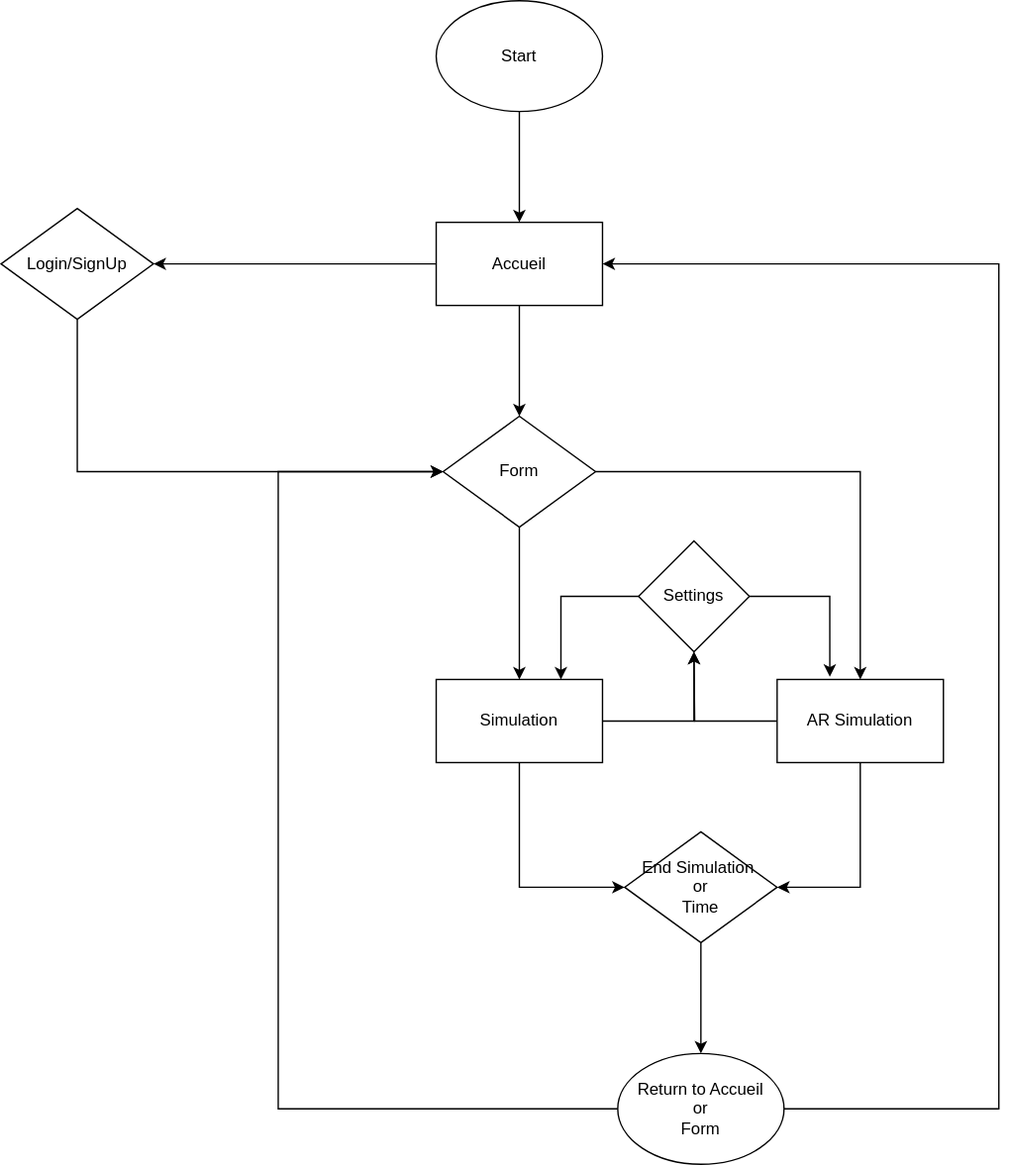
Before: UseFlowStage.drawio.svg, a diagram exported from draw.io (Ashura100/ProjetStage). Source tidied: cells renumbered, new cells last; positions are measured from the earlier drawing's top-left corner, leaving out a move shared by most shapes.
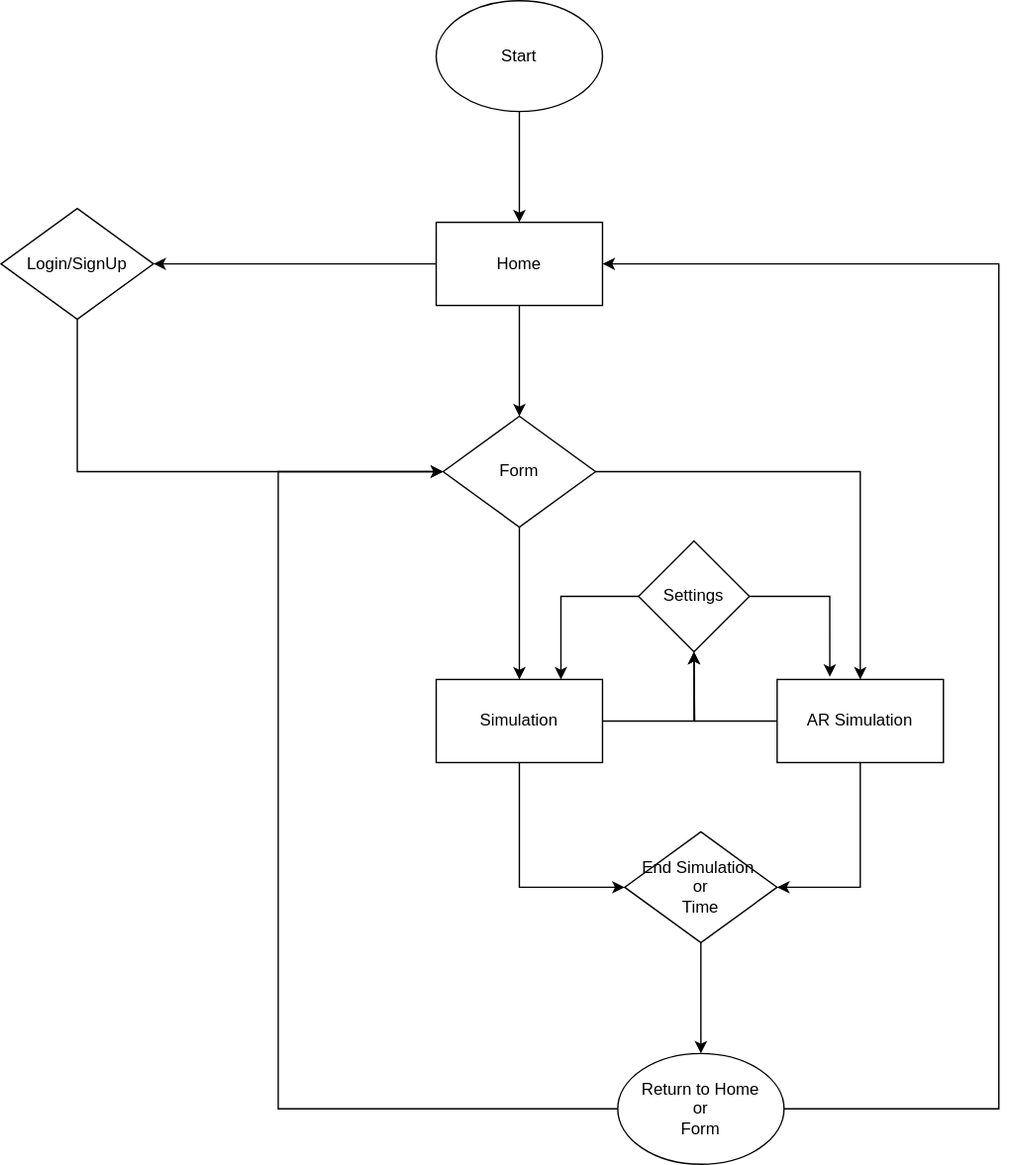
After the commit.

Commit message:
Mettre à jour UseFlowStage.drawio.svg

Change to the diagram source:
```diff
@@ -14,7 +14,7 @@
     <mxCell id="5" style="edgeStyle=orthogonalEdgeStyle;rounded=0;jettySize=auto;html=1;" parent="1" edge="1" source="6" target="11">
       <mxGeometry relative="1" as="geometry" />
     </mxCell>
-    <mxCell id="6" value="Accueil" style="rounded=0;whiteSpace=wrap;html=1;" parent="1" vertex="1">
+    <mxCell id="6" value="Home" style="rounded=0;whiteSpace=wrap;html=1;" parent="1" vertex="1">
       <mxGeometry x="314" y="160" width="120" height="60" as="geometry" />
     </mxCell>
     <mxCell id="7" style="edgeStyle=orthogonalEdgeStyle;rounded=0;jettySize=auto;html=1;entryX=0;entryY=0.5;entryDx=0;entryDy=0;" parent="1" edge="1" source="8" target="11">
@@ -82,7 +82,7 @@
         </Array>
       </mxGeometry>
     </mxCell>
-    <mxCell id="22" value="Return to Accueil&lt;div&gt;or&lt;/div&gt;&lt;div&gt;Form&lt;/div&gt;" style="ellipse;whiteSpace=wrap;html=1;" parent="1" vertex="1">
+    <mxCell id="22" value="Return to Home&lt;div&gt;or&lt;/div&gt;&lt;div&gt;Form&lt;/div&gt;" style="ellipse;whiteSpace=wrap;html=1;" parent="1" vertex="1">
       <mxGeometry x="445" y="760" width="120" height="80" as="geometry" />
     </mxCell>
     <mxCell id="23" style="edgeStyle=orthogonalEdgeStyle;rounded=0;jettySize=auto;html=1;entryX=0.75;entryY=0;entryDx=0;entryDy=0;" parent="1" edge="1" source="24" target="14">
```
